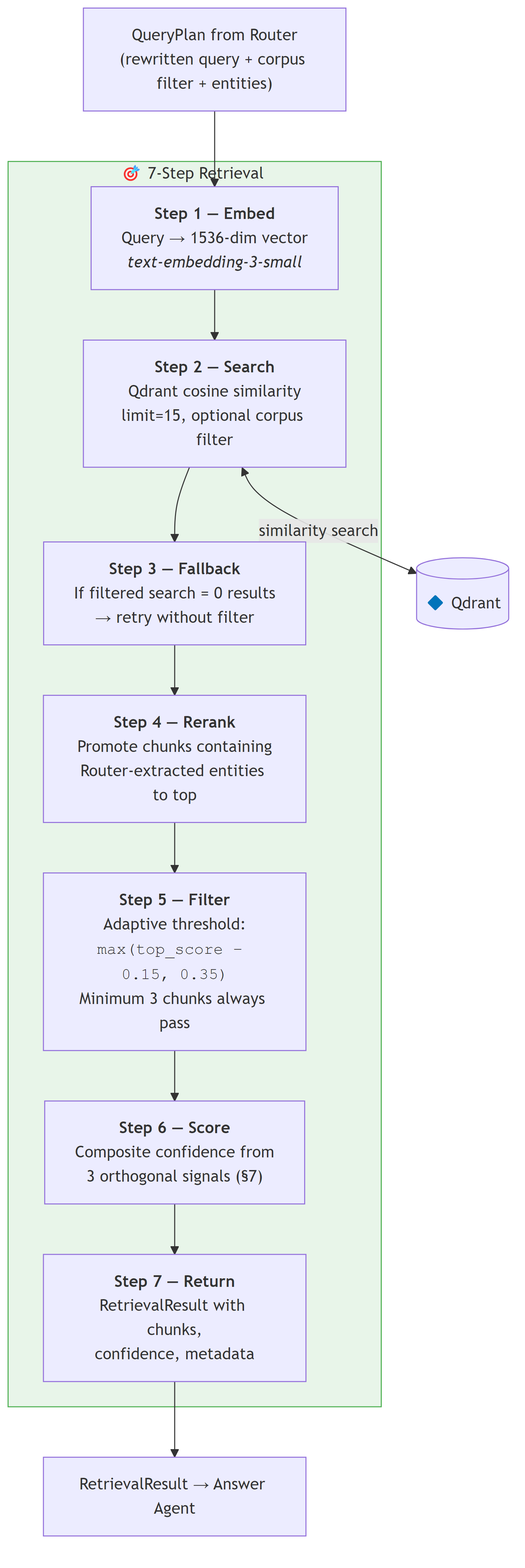
The Mermaid diagram figures/M4_retrieval_pipeline.png in uditauniyal/legal-mvp, before a commit. Its source is kept beside it as figures/mermaid/M4_retrieval_pipeline.mmd. Source of this version:
```mermaid
flowchart TD
    IN["QueryPlan from Router<br/>(rewritten query + corpus filter + entities)"]

    subgraph Pipeline["🎯 7-Step Retrieval Pipeline"]
        S1["<b>Step 1 — Embed</b><br/>Query → 1536-dim vector<br/><i>text-embedding-3-small</i>"]
        S2["<b>Step 2 — Search</b><br/>Qdrant cosine similarity<br/>limit=15, optional corpus filter"]
        S3["<b>Step 3 — Fallback</b><br/>If filtered search = 0 results<br/>→ retry without filter"]
        S4["<b>Step 4 — Rerank</b><br/>Promote chunks containing<br/>Router-extracted entities to top"]
        S5["<b>Step 5 — Filter</b><br/>Adaptive threshold:<br/><code>max(top_score − 0.15, 0.35)</code><br/>Minimum 3 chunks always pass"]
        S6["<b>Step 6 — Score</b><br/>Composite confidence from<br/>3 orthogonal signals (§7)"]
        S7["<b>Step 7 — Return</b><br/>RetrievalResult with chunks,<br/>confidence, metadata"]

        S1 --> S2 --> S3 --> S4 --> S5 --> S6 --> S7
    end

    IN --> S1
    S7 --> OUT["RetrievalResult → Answer Agent"]
    S2 <-->|"similarity search"| QD[("🔷 Qdrant")]

    style Pipeline fill:#e8f5e9,stroke:#4CAF50
```
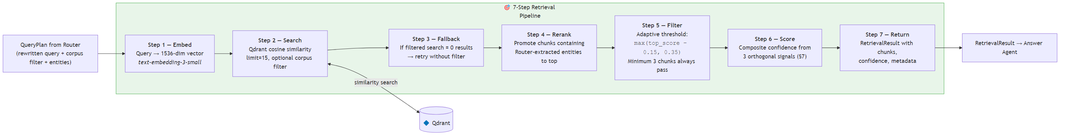
The same file after the commit.

Change to the diagram source:
```diff
@@ -1,7 +1,8 @@
-flowchart TD
+flowchart LR
     IN["QueryPlan from Router<br/>(rewritten query + corpus filter + entities)"]
 
     subgraph Pipeline["🎯 7-Step Retrieval Pipeline"]
+        direction LR
         S1["<b>Step 1 — Embed</b><br/>Query → 1536-dim vector<br/><i>text-embedding-3-small</i>"]
         S2["<b>Step 2 — Search</b><br/>Qdrant cosine similarity<br/>limit=15, optional corpus filter"]
         S3["<b>Step 3 — Fallback</b><br/>If filtered search = 0 results<br/>→ retry without filter"]
```
